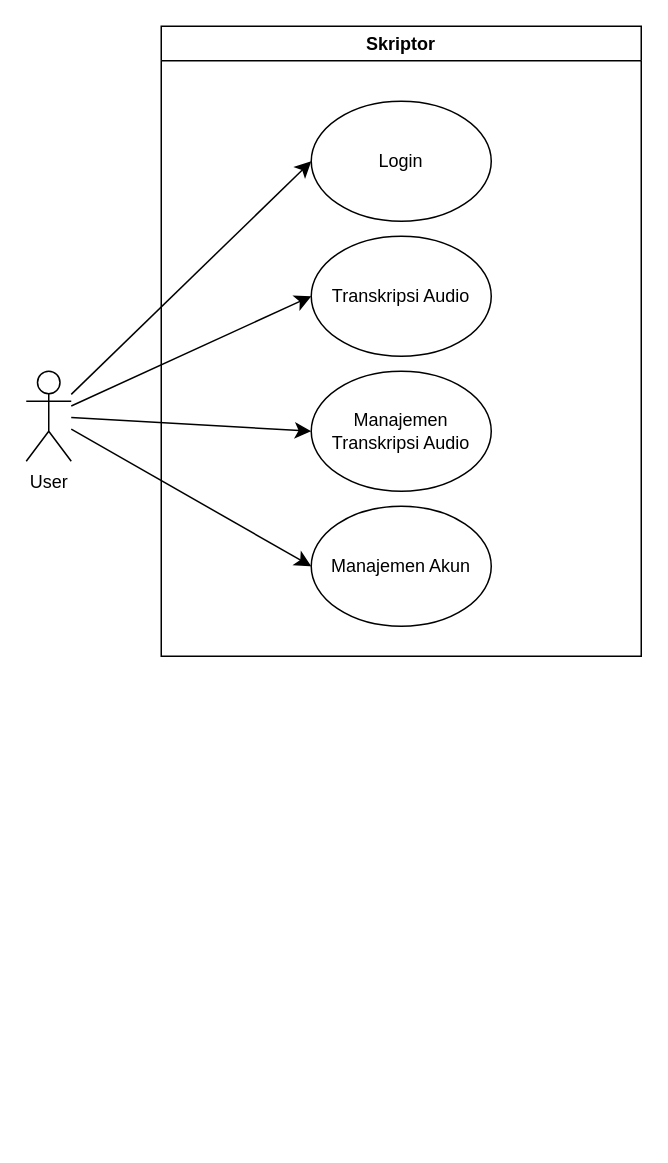
Before: page "Page-1" (1 of 2) of UML/usecase.drawio in MIRX562/skriptor-docs, a draw.io diagram. Source tidied: cells renumbered, new cells numbered last; positions are measured from the earlier drawing's top-left corner, leaving out a move shared by most shapes. Both pictures are drawn from the tidied source at 150%, with x=0, y=0 at pixel (26, 26).
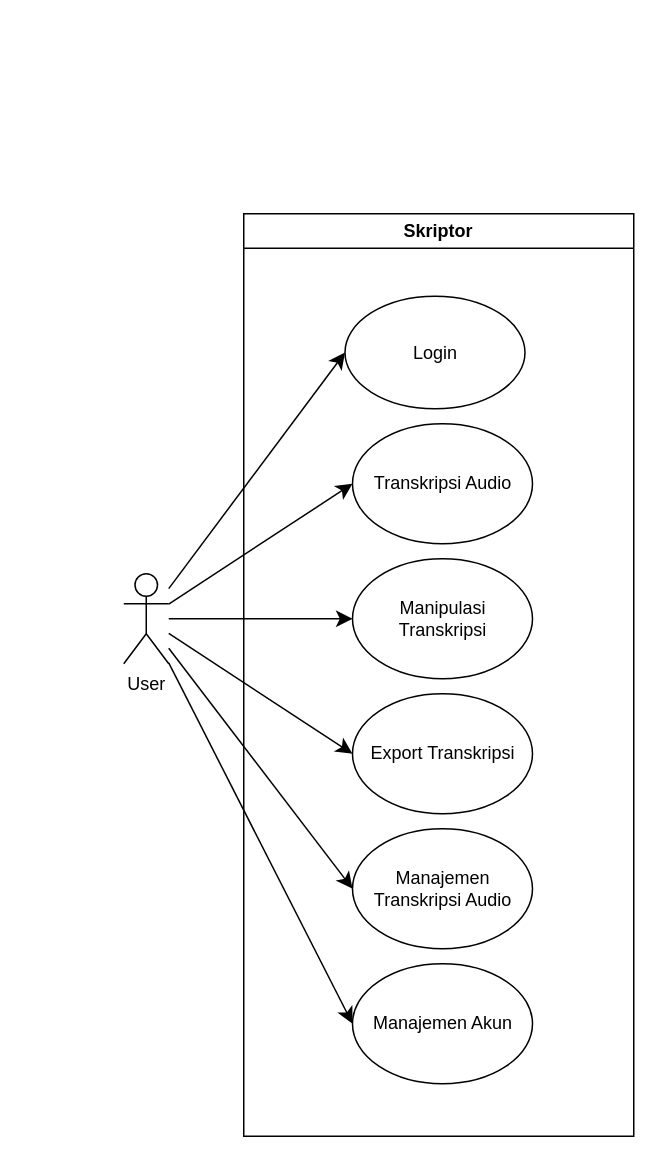
The same page after the edit.

Change to the diagram source:
```diff
@@
 <mxGraphModel>
   <root>
     <mxCell id="0" />
     <mxCell id="1" parent="0" />
     <mxCell id="2" value="Skriptor" style="swimlane;whiteSpace=wrap;html=1;" parent="1" vertex="1">
-      <mxGeometry x="90" width="320" height="420" as="geometry" />
+      <mxGeometry x="145" y="125" width="260" height="615" as="geometry" />
     </mxCell>
     <mxCell id="3" value="Login" style="ellipse;whiteSpace=wrap;html=1;" parent="2" vertex="1">
-      <mxGeometry x="100" y="50" width="120" height="80" as="geometry" />
+      <mxGeometry x="67.5" y="55" width="120" height="75" as="geometry" />
     </mxCell>
     <mxCell id="4" value="Transkripsi Audio" style="ellipse;whiteSpace=wrap;html=1;" parent="2" vertex="1">
-      <mxGeometry x="100" y="140" width="120" height="80" as="geometry" />
+      <mxGeometry x="72.5" y="140" width="120" height="80" as="geometry" />
     </mxCell>
+    <mxCell id="6" value="Manajemen Akun" style="ellipse;whiteSpace=wrap;html=1;" parent="2" vertex="1">
+      <mxGeometry x="72.5" y="500" width="120" height="80" as="geometry" />
+    </mxCell>
+    <mxCell id="12" value="Export Transkripsi" style="ellipse;whiteSpace=wrap;html=1;" parent="2" vertex="1">
+      <mxGeometry x="72.5" y="320" width="120" height="80" as="geometry" />
+    </mxCell>
     <mxCell id="5" value="Manajemen Transkripsi Audio" style="ellipse;whiteSpace=wrap;html=1;" parent="2" vertex="1">
-      <mxGeometry x="100" y="230" width="120" height="80" as="geometry" />
+      <mxGeometry x="72.5" y="410" width="120" height="80" as="geometry" />
     </mxCell>
-    <mxCell id="6" value="Manajemen Akun" style="ellipse;whiteSpace=wrap;html=1;" parent="2" vertex="1">
-      <mxGeometry x="100" y="320" width="120" height="80" as="geometry" />
-    </mxCell>
+    <mxCell id="13" value="Manipulasi Transkripsi" style="ellipse;whiteSpace=wrap;html=1;" parent="2" vertex="1">
+      <mxGeometry x="72.5" y="230" width="120" height="80" as="geometry" />
+    </mxCell>
+    <mxCell id="14" style="edgeStyle=none;curved=1;rounded=0;orthogonalLoop=1;jettySize=auto;html=1;entryX=1;entryY=0.5;entryDx=0;entryDy=0;fontSize=12;startSize=8;endSize=8;" parent="2" edge="1" source="3" target="3">
+      <mxGeometry relative="1" as="geometry" />
+    </mxCell>
     <mxCell id="7" style="edgeStyle=none;curved=1;rounded=0;jettySize=auto;html=1;entryX=0;entryY=0.5;entryDx=0;entryDy=0;fontSize=12;startSize=8;endSize=8;" parent="1" edge="1" source="11" target="3">
       <mxGeometry relative="1" as="geometry" />
     </mxCell>
     <mxCell id="8" style="edgeStyle=none;curved=1;rounded=0;jettySize=auto;html=1;entryX=0;entryY=0.5;entryDx=0;entryDy=0;fontSize=12;startSize=8;endSize=8;" parent="1" edge="1" source="11" target="4">
       <mxGeometry relative="1" as="geometry" />
     </mxCell>
+    <mxCell id="15" style="edgeStyle=none;curved=1;rounded=0;jettySize=auto;html=1;entryX=0;entryY=0.5;entryDx=0;entryDy=0;fontSize=12;startSize=8;endSize=8;" parent="1" edge="1" source="11" target="13">
+      <mxGeometry relative="1" as="geometry" />
+    </mxCell>
+    <mxCell id="16" style="edgeStyle=none;curved=1;rounded=0;jettySize=auto;html=1;entryX=0;entryY=0.5;entryDx=0;entryDy=0;fontSize=12;startSize=8;endSize=8;" parent="1" edge="1" source="11" target="12">
+      <mxGeometry relative="1" as="geometry" />
+    </mxCell>
     <mxCell id="9" style="edgeStyle=none;curved=1;rounded=0;jettySize=auto;html=1;entryX=0;entryY=0.5;entryDx=0;entryDy=0;fontSize=12;startSize=8;endSize=8;" parent="1" edge="1" source="11" target="5">
       <mxGeometry relative="1" as="geometry" />
     </mxCell>
     <mxCell id="10" style="edgeStyle=none;curved=1;rounded=0;jettySize=auto;html=1;entryX=0;entryY=0.5;entryDx=0;entryDy=0;fontSize=12;startSize=8;endSize=8;" parent="1" edge="1" source="11" target="6">
       <mxGeometry relative="1" as="geometry" />
     </mxCell>
     <mxCell id="11" value="User" style="shape=umlActor;verticalLabelPosition=bottom;verticalAlign=top;html=1;outlineConnect=0;" parent="1" vertex="1">
-      <mxGeometry y="230" width="30" height="60" as="geometry" />
+      <mxGeometry x="65" y="365" width="30" height="60" as="geometry" />
     </mxCell>
   </root>
 </mxGraphModel>
```
